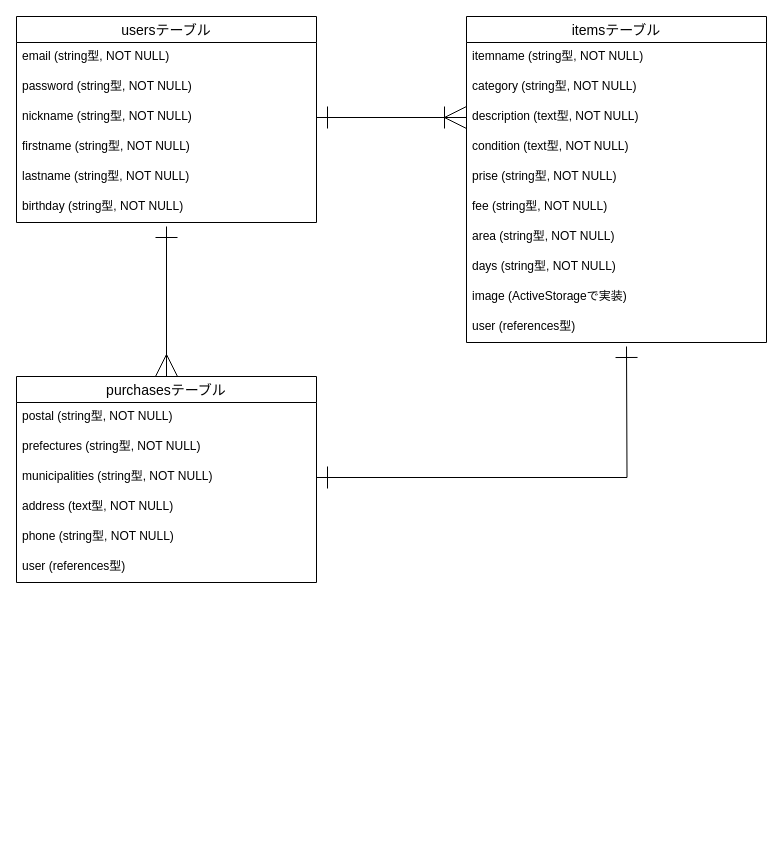
The draw.io diagram page "ページ1" (1 of 4) of test.dio in nyancho-inm/furima-32571, before the edit. Source tidied: cells renumbered, new cells numbered last; positions are measured from the earlier drawing's top-left corner, leaving out a move shared by most shapes. Both pictures are drawn from the tidied source at 100%, with x=0, y=0 at pixel (16, 16).
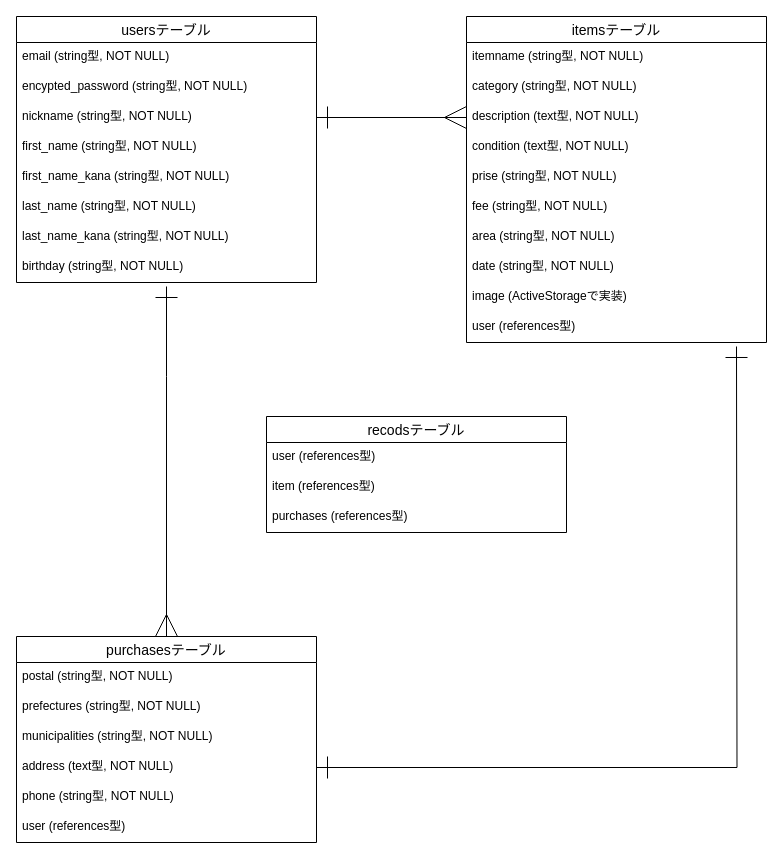
Above is the later version.

The change refers to these unchanged cells:
```xml
<mxCell id="5" value="nickname (string型, NOT NULL)" style="text;strokeColor=none;fillColor=none;spacingLeft=4;spacingRight=4;overflow=hidden;points=[[0,0.5],[1,0.5]];portConstraint=eastwest;fontSize=12;" parent="2" vertex="1">
  <mxGeometry y="86" width="300" height="30" as="geometry" />
</mxCell>
<mxCell id="9" value="itemsテーブル" style="swimlane;fontStyle=0;horizontal=1;startSize=26;align=center;fontSize=14;" parent="1" vertex="1">
  <mxGeometry x="450" width="300" height="326" as="geometry" />
</mxCell>
<mxCell id="12" value="description (text型, NOT NULL)" style="text;strokeColor=none;fillColor=none;spacingLeft=4;spacingRight=4;overflow=hidden;points=[[0,0.5],[1,0.5]];portConstraint=eastwest;fontSize=12;" parent="9" vertex="1">
  <mxGeometry y="86" width="300" height="30" as="geometry" />
</mxCell>
<mxCell id="25" value="municipalities (string型, NOT NULL)" style="text;strokeColor=none;fillColor=none;spacingLeft=4;spacingRight=4;overflow=hidden;points=[[0,0.5],[1,0.5]];portConstraint=eastwest;fontSize=12;" parent="22" vertex="1">
  <mxGeometry y="86" width="300" height="30" as="geometry" />
</mxCell>
<mxCell id="26" value="address (text型, NOT NULL)" style="text;strokeColor=none;fillColor=none;spacingLeft=4;spacingRight=4;overflow=hidden;points=[[0,0.5],[1,0.5]];portConstraint=eastwest;fontSize=12;" parent="22" vertex="1">
  <mxGeometry y="116" width="300" height="30" as="geometry" />
</mxCell>
```

What changed in the source:
```diff
@@
     <mxCell id="2" value="usersテーブル" style="swimlane;fontStyle=0;horizontal=1;startSize=26;align=center;fontSize=14;" parent="1" vertex="1">
-      <mxGeometry width="300" height="206" as="geometry" />
+      <mxGeometry width="300" height="266" as="geometry" />
     </mxCell>
@@
-    <mxCell id="4" value="password (string型, NOT NULL)" style="text;strokeColor=none;fillColor=none;spacingLeft=4;spacingRight=4;overflow=hidden;fontSize=12;" parent="2" vertex="1">
+    <mxCell id="4" value="encypted_password (string型, NOT NULL)" style="text;strokeColor=none;fillColor=none;spacingLeft=4;spacingRight=4;overflow=hidden;fontSize=12;" parent="2" vertex="1">
       <mxGeometry y="56" width="300" height="30" as="geometry" />
     </mxCell>
@@
-    <mxCell id="6" value="firstname (string型, NOT NULL)" style="text;strokeColor=none;fillColor=none;spacingLeft=4;spacingRight=4;overflow=hidden;fontSize=12;" parent="2" vertex="1">
+    <mxCell id="6" value="first_name (string型, NOT NULL)" style="text;strokeColor=none;fillColor=none;spacingLeft=4;spacingRight=4;overflow=hidden;fontSize=12;" parent="2" vertex="1">
       <mxGeometry y="116" width="300" height="30" as="geometry" />
     </mxCell>
+    <mxCell id="33" value="first_name_kana (string型, NOT NULL)" style="text;strokeColor=none;fillColor=none;spacingLeft=4;spacingRight=4;overflow=hidden;fontSize=12;" parent="2" vertex="1">
+      <mxGeometry y="146" width="300" height="30" as="geometry" />
+    </mxCell>
-    <mxCell id="7" value="lastname (string型, NOT NULL)" style="text;strokeColor=none;fillColor=none;spacingLeft=4;spacingRight=4;overflow=hidden;fontSize=12;" parent="2" vertex="1">
-      <mxGeometry y="146" width="300" height="30" as="geometry" />
+    <mxCell id="7" value="last_name (string型, NOT NULL)" style="text;strokeColor=none;fillColor=none;spacingLeft=4;spacingRight=4;overflow=hidden;fontSize=12;" parent="2" vertex="1">
+      <mxGeometry y="176" width="300" height="30" as="geometry" />
     </mxCell>
+    <mxCell id="34" value="last_name_kana (string型, NOT NULL)" style="text;strokeColor=none;fillColor=none;spacingLeft=4;spacingRight=4;overflow=hidden;fontSize=12;" parent="2" vertex="1">
+      <mxGeometry y="206" width="300" height="30" as="geometry" />
+    </mxCell>
     <mxCell id="8" value="birthday (string型, NOT NULL)" style="text;strokeColor=none;fillColor=none;spacingLeft=4;spacingRight=4;overflow=hidden;fontSize=12;" parent="2" vertex="1">
-      <mxGeometry y="176" width="300" height="30" as="geometry" />
+      <mxGeometry y="236" width="300" height="30" as="geometry" />
     </mxCell>
@@
-    <mxCell id="18" value="days (string型, NOT NULL)" style="text;strokeColor=none;fillColor=none;spacingLeft=4;spacingRight=4;overflow=hidden;fontSize=12;" parent="9" vertex="1">
+    <mxCell id="18" value="date (string型, NOT NULL)" style="text;strokeColor=none;fillColor=none;spacingLeft=4;spacingRight=4;overflow=hidden;fontSize=12;" parent="9" vertex="1">
       <mxGeometry y="236" width="300" height="30" as="geometry" />
     </mxCell>
@@
     <mxCell id="21" style="edgeStyle=orthogonalEdgeStyle;rounded=0;jettySize=auto;html=1;exitX=0.5;exitY=0;exitDx=0;exitDy=0;startArrow=ERmany;startFill=0;startSize=20;endArrow=ERone;endFill=0;endSize=20;strokeWidth=1;" parent="1" edge="1" source="22">
       <mxGeometry relative="1" as="geometry">
-        <mxPoint x="150" y="210" as="targetPoint" />
+        <mxPoint x="150" y="270" as="targetPoint" />
+        <Array as="points">
+          <mxPoint x="150" y="360" />
+          <mxPoint x="150" y="360" />
+        </Array>
       </mxGeometry>
     </mxCell>
     <mxCell id="22" value="purchasesテーブル" style="swimlane;fontStyle=0;horizontal=1;startSize=26;align=center;fontSize=14;" parent="1" vertex="1">
-      <mxGeometry y="360" width="300" height="206" as="geometry" />
+      <mxGeometry y="620" width="300" height="206" as="geometry" />
     </mxCell>
@@
-    <mxCell id="31" style="edgeStyle=orthogonalEdgeStyle;rounded=0;jettySize=auto;html=1;exitX=1;exitY=0.5;exitDx=0;exitDy=0;entryX=0;entryY=0.5;entryDx=0;entryDy=0;startArrow=ERone;startFill=0;startSize=20;endArrow=ERoneToMany;endFill=0;endSize=20;strokeWidth=1;" parent="1" edge="1" source="5" target="12">
+    <mxCell id="31" style="edgeStyle=orthogonalEdgeStyle;rounded=0;jettySize=auto;html=1;exitX=1;exitY=0.5;exitDx=0;exitDy=0;entryX=0;entryY=0.5;entryDx=0;entryDy=0;startArrow=ERone;startFill=0;startSize=20;endArrow=ERmany;endFill=0;endSize=20;strokeWidth=1;" parent="1" edge="1" source="5" target="12">
       <mxGeometry relative="1" as="geometry" />
     </mxCell>
-    <mxCell id="32" style="edgeStyle=orthogonalEdgeStyle;rounded=0;jettySize=auto;html=1;exitX=1;exitY=0.5;exitDx=0;exitDy=0;startArrow=ERone;startFill=0;startSize=20;endArrow=ERone;endFill=0;endSize=20;strokeWidth=1;" parent="1" edge="1" source="25">
-      <mxGeometry relative="1" as="geometry">
-        <mxPoint x="610" y="330" as="targetPoint" />
-      </mxGeometry>
-    </mxCell>
+    <mxCell id="35" value="recodsテーブル" style="swimlane;fontStyle=0;horizontal=1;startSize=26;align=center;fontSize=14;" parent="1" vertex="1">
+      <mxGeometry x="250" y="400" width="300" height="116" as="geometry" />
+    </mxCell>
+    <mxCell id="36" value="user (references型)" style="text;strokeColor=none;fillColor=none;spacingLeft=4;spacingRight=4;overflow=hidden;fontSize=12;" parent="35" vertex="1">
+      <mxGeometry y="26" width="300" height="30" as="geometry" />
+    </mxCell>
+    <mxCell id="37" style="edgeStyle=orthogonalEdgeStyle;rounded=0;orthogonalLoop=1;jettySize=auto;html=1;exitX=1;exitY=0.5;exitDx=0;exitDy=0;startArrow=ERone;startFill=0;startSize=20;endArrow=ERoneToMany;endFill=0;endSize=20;strokeWidth=1;" parent="35" edge="1">
+      <mxGeometry relative="1" as="geometry">
+        <mxPoint x="300" y="41" as="sourcePoint" />
+        <mxPoint x="300" y="41" as="targetPoint" />
+      </mxGeometry>
+    </mxCell>
+    <mxCell id="38" style="edgeStyle=orthogonalEdgeStyle;rounded=0;orthogonalLoop=1;jettySize=auto;html=1;exitX=1;exitY=0.5;exitDx=0;exitDy=0;" parent="35" edge="1">
+      <mxGeometry relative="1" as="geometry">
+        <mxPoint x="300" y="41" as="sourcePoint" />
+        <mxPoint x="300" y="41" as="targetPoint" />
+      </mxGeometry>
+    </mxCell>
+    <mxCell id="39" value="item (references型)" style="text;strokeColor=none;fillColor=none;spacingLeft=4;spacingRight=4;overflow=hidden;fontSize=12;" parent="35" vertex="1">
+      <mxGeometry y="56" width="300" height="30" as="geometry" />
+    </mxCell>
+    <mxCell id="40" value="purchases (references型)" style="text;strokeColor=none;fillColor=none;spacingLeft=4;spacingRight=4;overflow=hidden;fontSize=12;" parent="35" vertex="1">
+      <mxGeometry y="86" width="300" height="30" as="geometry" />
+    </mxCell>
+    <mxCell id="41" style="edgeStyle=orthogonalEdgeStyle;rounded=0;jettySize=auto;html=1;exitX=1;exitY=0.5;exitDx=0;exitDy=0;endArrow=ERone;endFill=0;jumpSize=6;startSize=20;endSize=20;startArrow=ERone;startFill=0;" parent="1" edge="1" source="26">
+      <mxGeometry relative="1" as="geometry">
+        <mxPoint x="720" y="330" as="targetPoint" />
+      </mxGeometry>
+    </mxCell>
```
